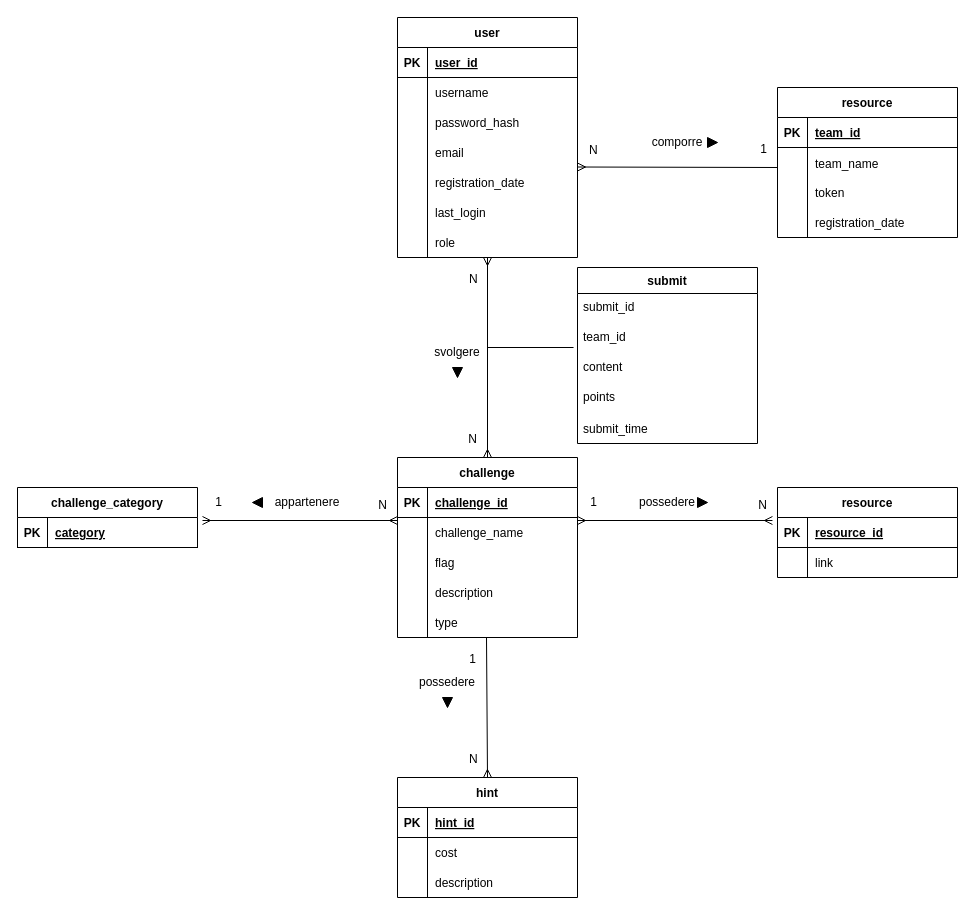
Before: db/ER_diagram.drawio in FeeeDz/H4ckUs4t1_CTF, a draw.io diagram. Source tidied: cells renumbered, new cells numbered last; positions are measured from the earlier drawing's top-left corner, leaving out a move shared by most shapes. Both pictures are drawn from the tidied source at 100%, with x=0, y=0 at pixel (17, 17).
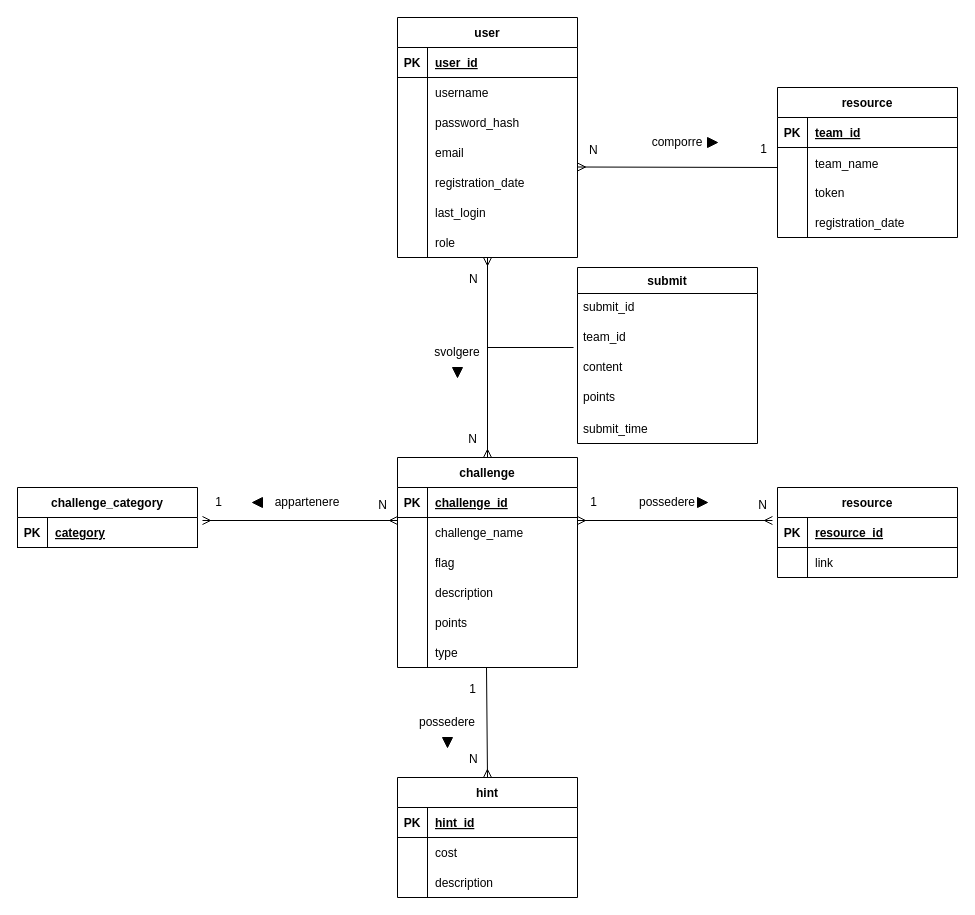
Above is the later version.

Unchanged cells that the change refers to:
```xml
<mxCell id="64" value="hint" style="shape=table;startSize=30;childLayout=tableLayout;rowLines=0;fontStyle=1;align=center;" parent="1" vertex="1">
  <mxGeometry x="380" y="760" width="180" height="120" as="geometry" />
</mxCell>
<mxCell id="84" style="shape=partialRectangle;fillColor=none;top=0;left=0;right=0;bottom=0;" parent="1" vertex="1">
  <mxGeometry x="380" y="590" width="180" height="30" as="geometry" />
</mxCell>
```

Change to the diagram source:
```diff
@@
     <mxCell id="3" value="challenge" style="shape=table;startSize=30;childLayout=tableLayout;rowLines=0;fontStyle=1;align=center;" parent="1" vertex="1">
-      <mxGeometry x="380" y="440" width="180" height="180" as="geometry" />
+      <mxGeometry x="380" y="440" width="180" height="210" as="geometry" />
     </mxCell>
@@
     <mxCell id="60" style="endArrow=none;html=1;rounded=0;startArrow=ERmany;startFill=0;exitX=0.5;exitY=0;exitDx=0;exitDy=0;" parent="1" edge="1" source="64">
       <mxGeometry relative="1" as="geometry">
-        <mxPoint x="469" y="620" as="targetPoint" />
+        <mxPoint x="469" y="650" as="targetPoint" />
       </mxGeometry>
     </mxCell>
@@
     <mxCell id="63" style="triangle;whiteSpace=wrap;html=1;fontSize=12;strokeColor=default;fillColor=#000000;rotation=90;" parent="1" vertex="1">
-      <mxGeometry x="425" y="680" width="10" height="10" as="geometry" />
+      <mxGeometry x="425" y="720" width="10" height="10" as="geometry" />
     </mxCell>
@@
     <mxCell id="71" value="possedere" style="text;html=1;strokeColor=none;fillColor=none;align=center;verticalAlign=middle;whiteSpace=wrap;rounded=0;fontSize=12;" parent="1" vertex="1">
-      <mxGeometry x="400" y="650" width="60" height="30" as="geometry" />
+      <mxGeometry x="400" y="690" width="60" height="30" as="geometry" />
     </mxCell>
@@
-    <mxCell id="86" value="type" style="shape=partialRectangle;overflow=hidden;fillColor=none;top=0;left=0;bottom=0;right=0;align=left;spacingLeft=6;" parent="84" vertex="1">
+    <mxCell id="86" value="points" style="shape=partialRectangle;overflow=hidden;fillColor=none;top=0;left=0;bottom=0;right=0;align=left;spacingLeft=6;" parent="84" vertex="1">
       <mxGeometry x="30" width="150" height="30" as="geometry" />
     </mxCell>
@@
+    <mxCell id="112" style="shape=partialRectangle;fillColor=none;top=0;left=0;right=0;bottom=0;" parent="1" vertex="1">
+      <mxGeometry x="380" y="620" width="180" height="30" as="geometry" />
+    </mxCell>
+    <mxCell id="113" style="shape=partialRectangle;overflow=hidden;fillColor=none;top=0;left=0;bottom=0;right=1;" parent="112" vertex="1">
+      <mxGeometry width="30" height="30" as="geometry" />
+    </mxCell>
+    <mxCell id="114" value="type" style="shape=partialRectangle;overflow=hidden;fillColor=none;top=0;left=0;bottom=0;right=0;align=left;spacingLeft=6;" parent="112" vertex="1">
+      <mxGeometry x="30" width="150" height="30" as="geometry" />
+    </mxCell>
```
